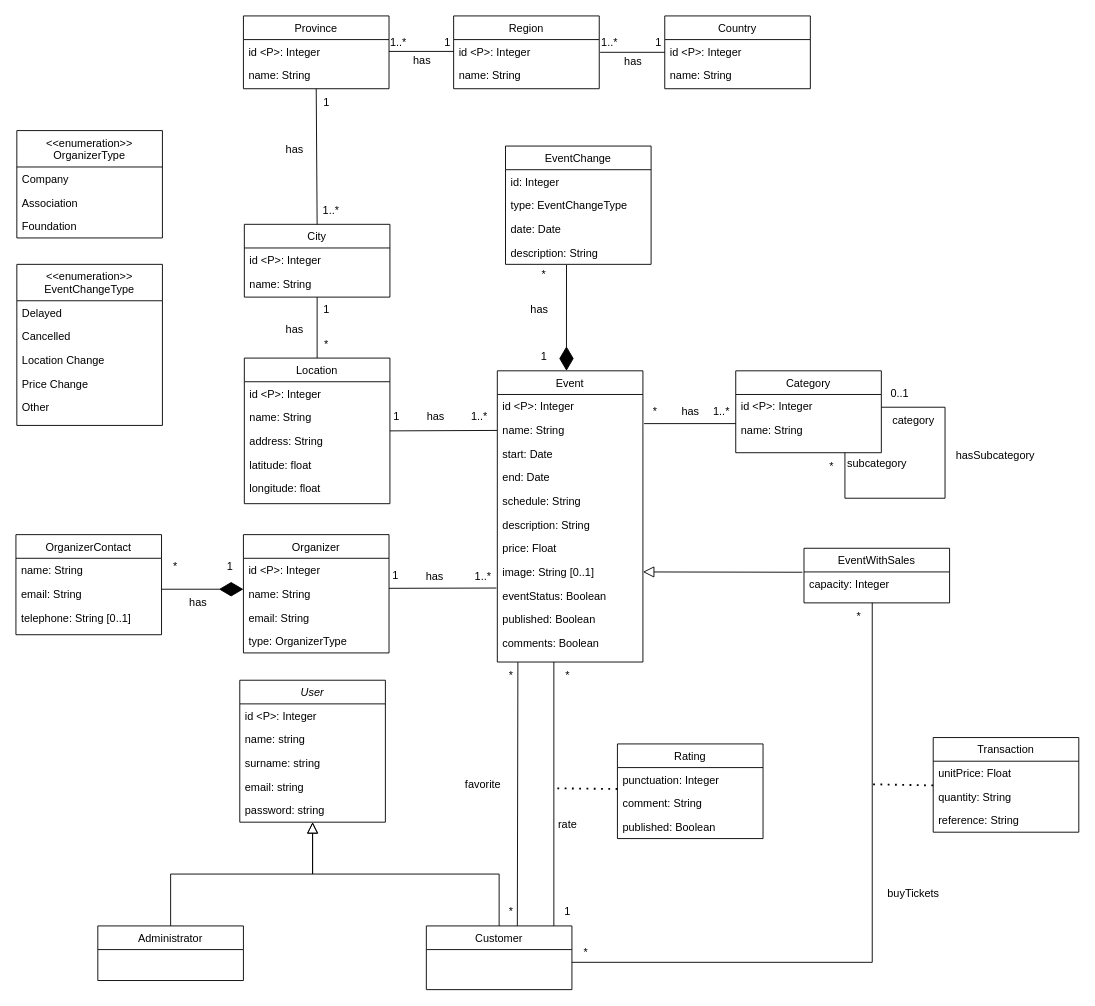
Before: conceptual-diagram.drawio in danielpilot/event-database, a draw.io diagram. Source tidied: cells renumbered, new cells numbered last; positions are measured from the earlier drawing's top-left corner, leaving out a move shared by most shapes. Both pictures are drawn from the tidied source at 91%, with x=0, y=0 at pixel (15, 15).
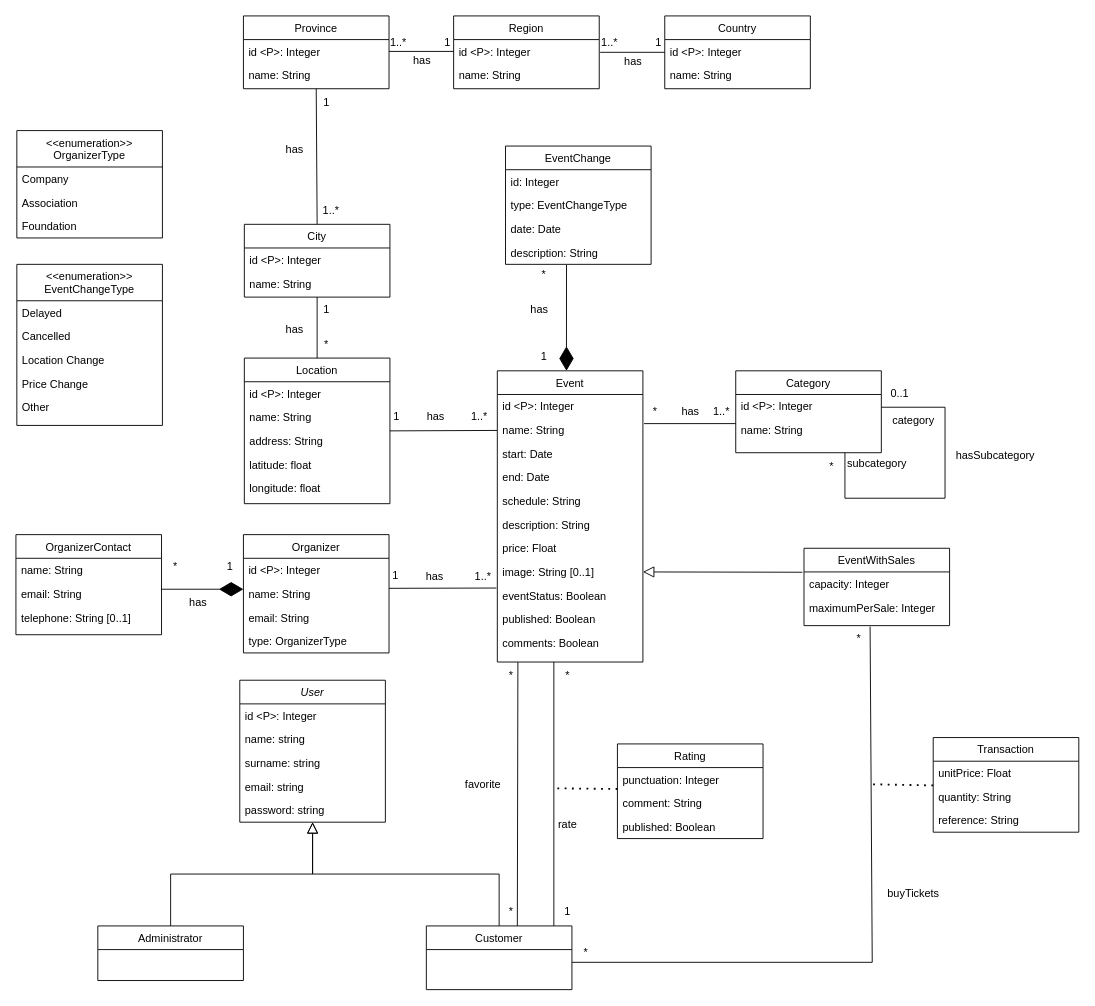
The same diagram, later.

Commit message:
Add maximum per sale

Diff of the diagram source:
```diff
@@
     <mxCell id="127" value="EventWithSales&#10;" style="swimlane;fontStyle=0;align=center;verticalAlign=top;horizontal=1;startSize=26;rounded=0;shadow=0;strokeWidth=1;" parent="1" vertex="1">
-      <mxGeometry x="866" y="585" width="160" height="60" as="geometry" />
+      <mxGeometry x="866" y="585" width="160" height="85" as="geometry" />
     </mxCell>
@@
+    <mxCell id="140" value="maximumPerSale: Integer" style="text;align=left;verticalAlign=top;spacingLeft=4;spacingRight=4;overflow=hidden;rounded=0;shadow=0;html=0;" parent="127" vertex="1">
+      <mxGeometry y="52" width="160" height="26" as="geometry" />
+    </mxCell>
@@
-    <mxCell id="131" style="endArrow=none;html=1;rounded=0;" parent="1" edge="1">
+    <mxCell id="131" style="endArrow=none;html=1;rounded=0;exitX=0.922;exitY=0.033;exitDx=0;exitDy=0;exitPerimeter=0;" parent="1" edge="1" source="133">
       <mxGeometry relative="1" as="geometry">
-        <mxPoint x="941" y="645" as="sourcePoint" />
         <mxPoint x="941" y="1040" as="targetPoint" />
       </mxGeometry>
     </mxCell>
@@
     <mxCell id="133" value="*" style="text;html=1;align=center;verticalAlign=middle;points=[];strokeColor=none;fillColor=none;" parent="1" vertex="1">
-      <mxGeometry x="911" y="645" width="30" height="30" as="geometry" />
+      <mxGeometry x="911" y="670" width="30" height="30" as="geometry" />
     </mxCell>
```
